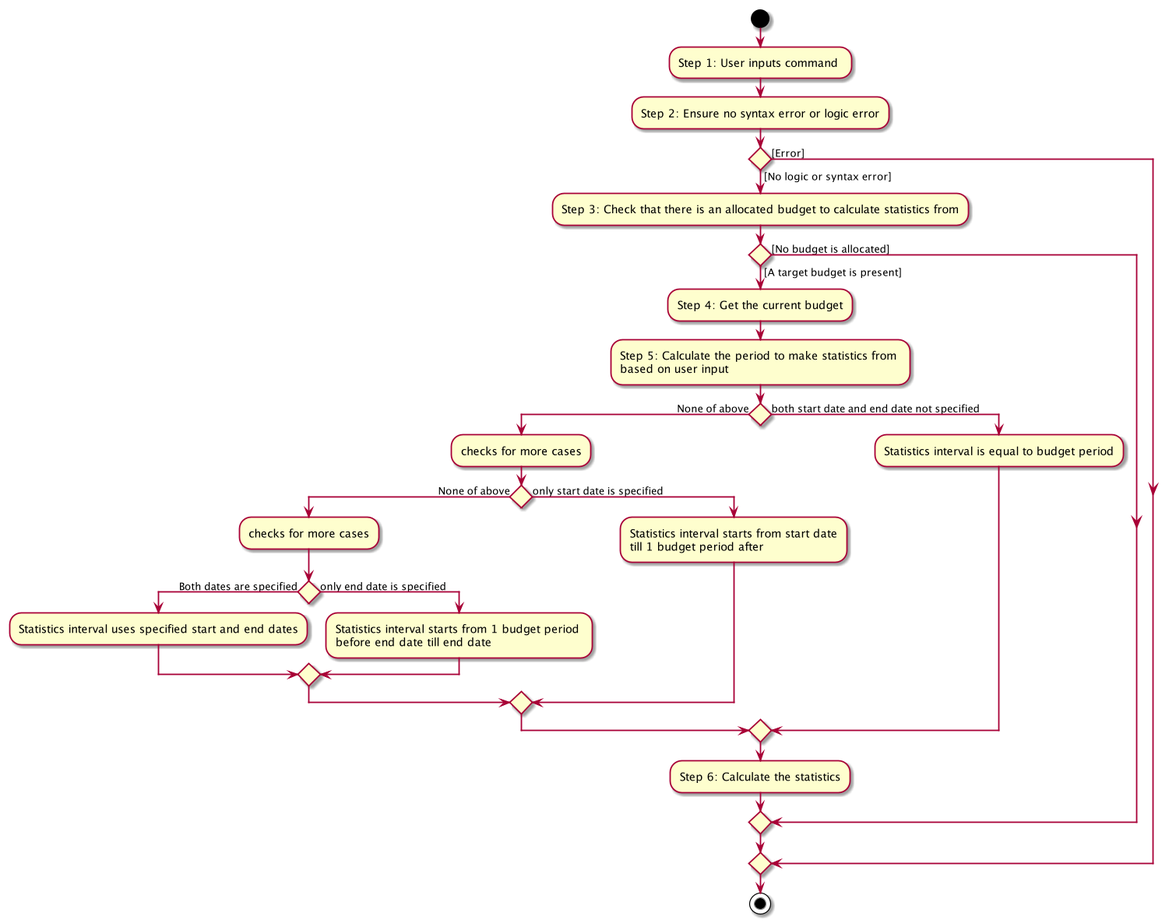
Earlier version of the PlantUML export docs/images/BasicStatisticsCommandActivityDiagram.png (nus-cs2103-AY1920S1/addressbook-level3). Its diagram source:
```plantuml
@startuml
start
:Step 1: User inputs command ;
:Step 2: Ensure no syntax error or logic error;
if () then ([No logic or syntax error])
:Step 3: Check that there is an allocated budget to calculate statistics from;
if () then ([A target budget is present])
:Step 4: Get the current budget;
:Step 5: Calculate the period to make statistics from \nbased on user input;
if () then (None of above)
    :checks for more cases;
    if () then (None of above)
        :checks for more cases;
        if () then (Both dates are specified)
            :Statistics interval uses specified start and end dates;
        else (only end date is specified);
            :Statistics interval starts from 1 budget period \nbefore end date till end date;
        endif;
    else (only start date is specified);
        :Statistics interval starts from start date\ntill 1 budget period after;
    endif;
else (both start date and end date not specified)
    :Statistics interval is equal to budget period;
endif;
:Step 6: Calculate the statistics;
else ([No budget is allocated])
endif
else ([Error])
endif
stop
@enduml
```
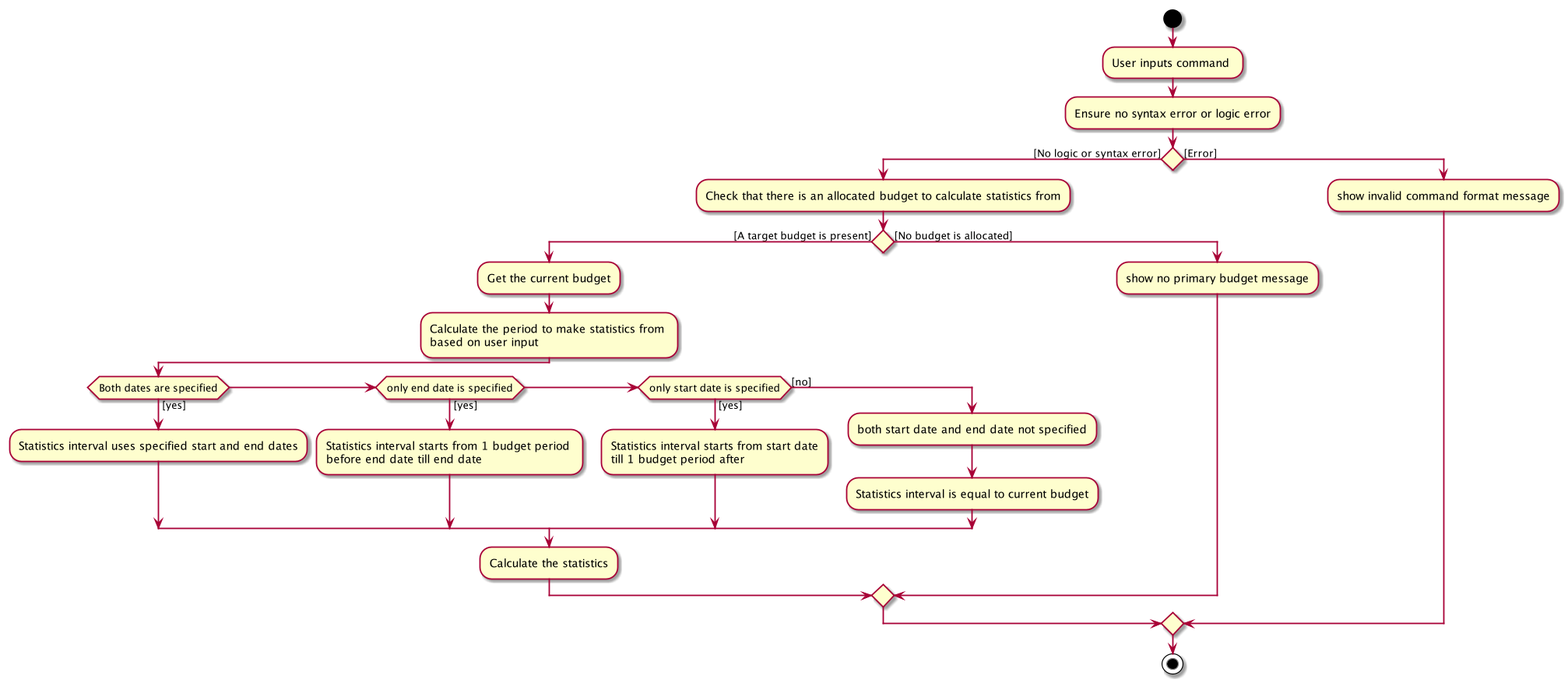
Above is the later version.

What changed in the source:
```diff
@@ -1,31 +1,30 @@
 @startuml
 start
-:Step 1: User inputs command ;
-:Step 2: Ensure no syntax error or logic error;
+:User inputs command ;
+:Ensure no syntax error or logic error;
 if () then ([No logic or syntax error])
-:Step 3: Check that there is an allocated budget to calculate statistics from;
+:Check that there is an allocated budget to calculate statistics from;
 if () then ([A target budget is present])
-:Step 4: Get the current budget;
-:Step 5: Calculate the period to make statistics from \nbased on user input;
-if () then (None of above)
-    :checks for more cases;
-    if () then (None of above)
-        :checks for more cases;
-        if () then (Both dates are specified)
-            :Statistics interval uses specified start and end dates;
-        else (only end date is specified);
-            :Statistics interval starts from 1 budget period \nbefore end date till end date;
-        endif;
-    else (only start date is specified);
-        :Statistics interval starts from start date\ntill 1 budget period after;
-    endif;
-else (both start date and end date not specified)
-    :Statistics interval is equal to budget period;
-endif;
-:Step 6: Calculate the statistics;
+:Get the current budget;
+:Calculate the period to make statistics from \nbased on user input;
+
+if (Both dates are specified) then ([yes])
+  :Statistics interval uses specified start and end dates;
+elseif (only end date is specified) then ([yes])
+  :Statistics interval starts from 1 budget period \nbefore end date till end date;
+elseif (only start date is specified) then ([yes])
+  :Statistics interval starts from start date\ntill 1 budget period after;
+else ([no])
+  :both start date and end date not specified;
+  :Statistics interval is equal to current budget;
+endif
+:Calculate the statistics;
 else ([No budget is allocated])
+    :show no primary budget message;
 endif
 else ([Error])
+    :show invalid command format message;
 endif
 stop
+
 @enduml
```
